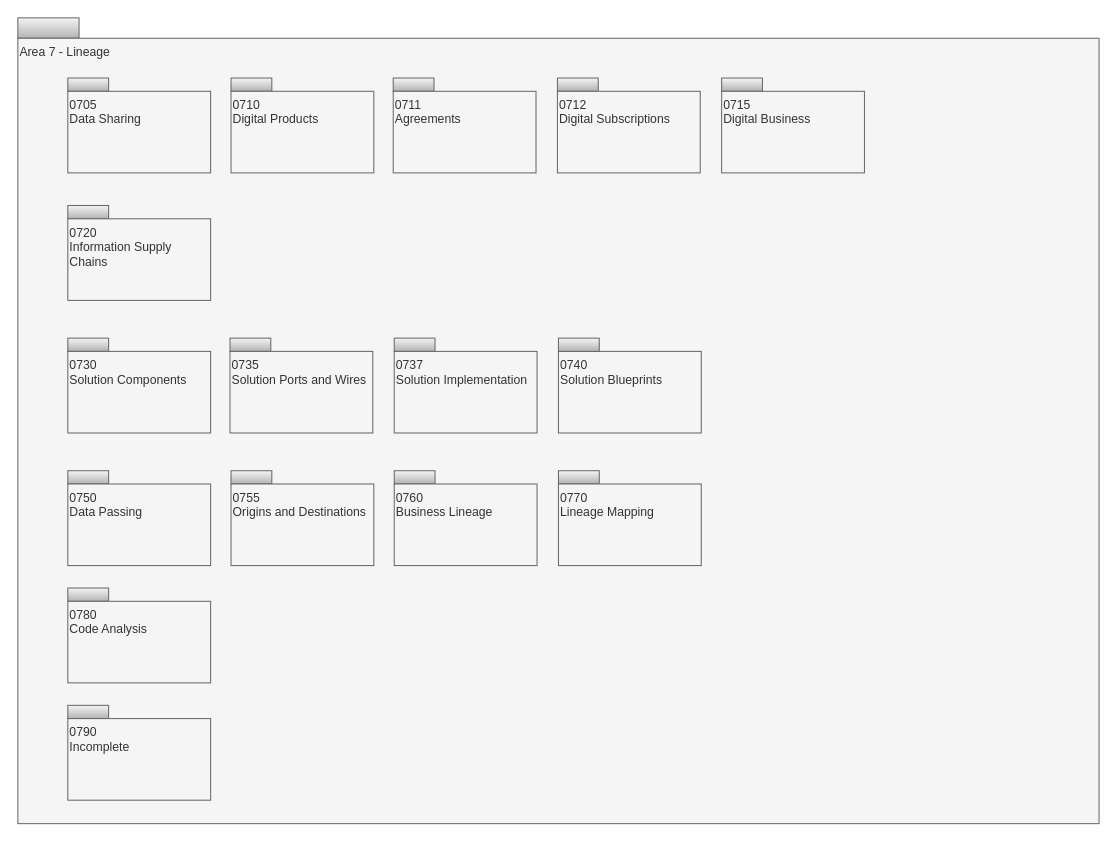
The draw.io diagram page "Overview" (1 of 20) of site/docs/types/7/area-7-lineage.drawio in odpi/egeria-docs, before the edit. Source tidied: cells renumbered, new cells numbered last; positions are measured from the earlier drawing's top-left corner, leaving out a move shared by most shapes. Both pictures are drawn from the tidied source at 102%, with x=0, y=0 at pixel (17, 17).
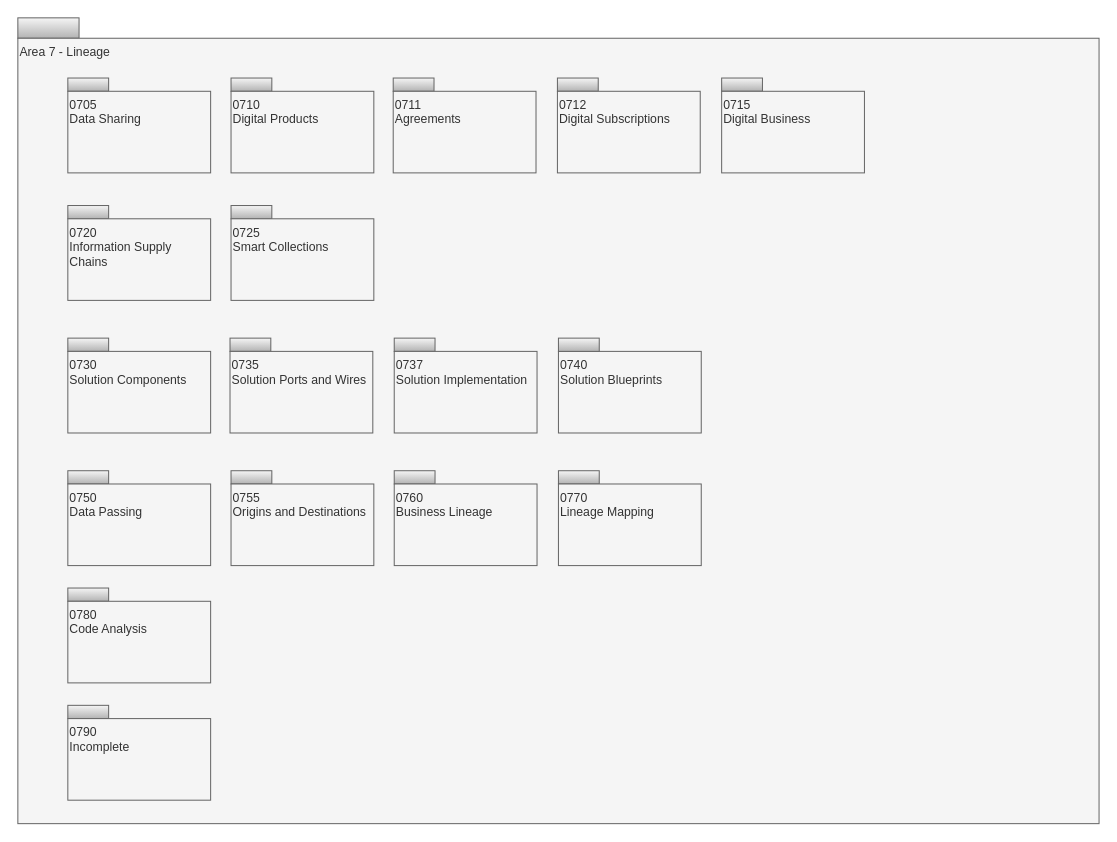
Above is the later version.

Diff of the diagram source:
```diff
@@
+    <mxCell id="36" style="rounded=0;whiteSpace=wrap;html=1;align=left;fillColor=#f5f5f5;strokeColor=#666666;gradientColor=#b3b3b3;" parent="1" vertex="1">
+      <mxGeometry x="209" y="184" width="40" height="13" as="geometry" />
+    </mxCell>
+    <mxCell id="37" value="0725&lt;br&gt;Smart Collections" style="rounded=0;whiteSpace=wrap;html=1;align=left;verticalAlign=top;fillColor=#f5f5f5;fontColor=#333333;strokeColor=#666666;" parent="1" vertex="1">
+      <mxGeometry x="209" y="197" width="140" height="80" as="geometry" />
+    </mxCell>
```
